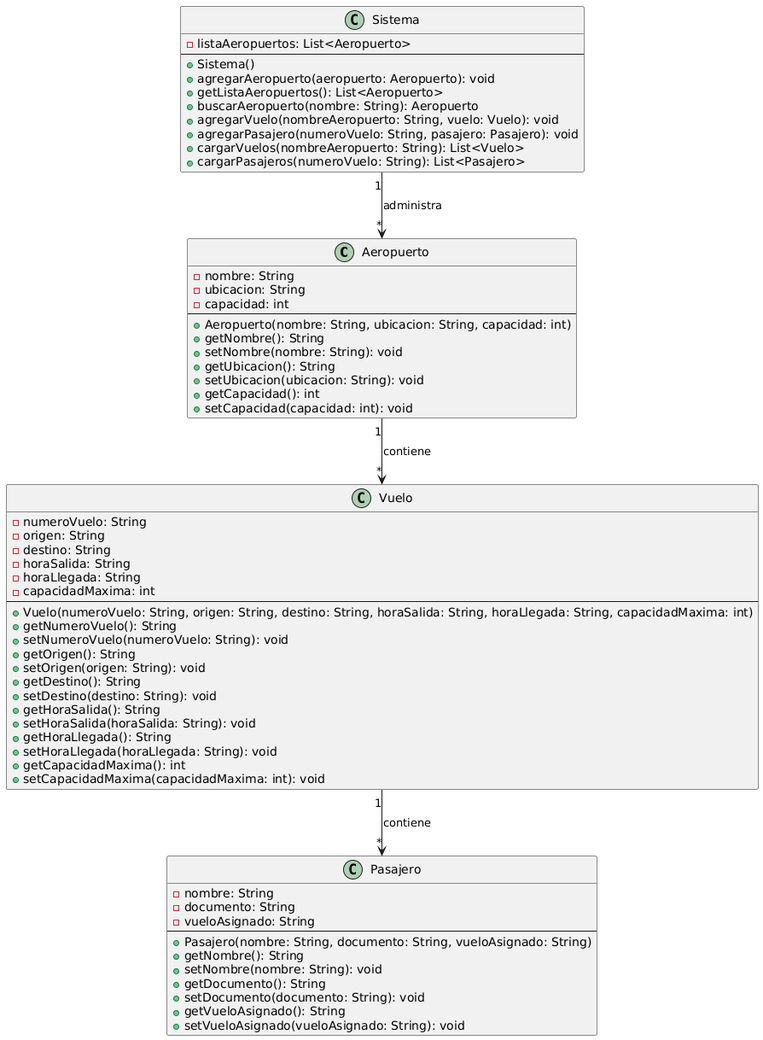
Above: UmlDiagram.png in Juan1mera/Proyecto-Semetre-3-Java (PlantUML), before the change.
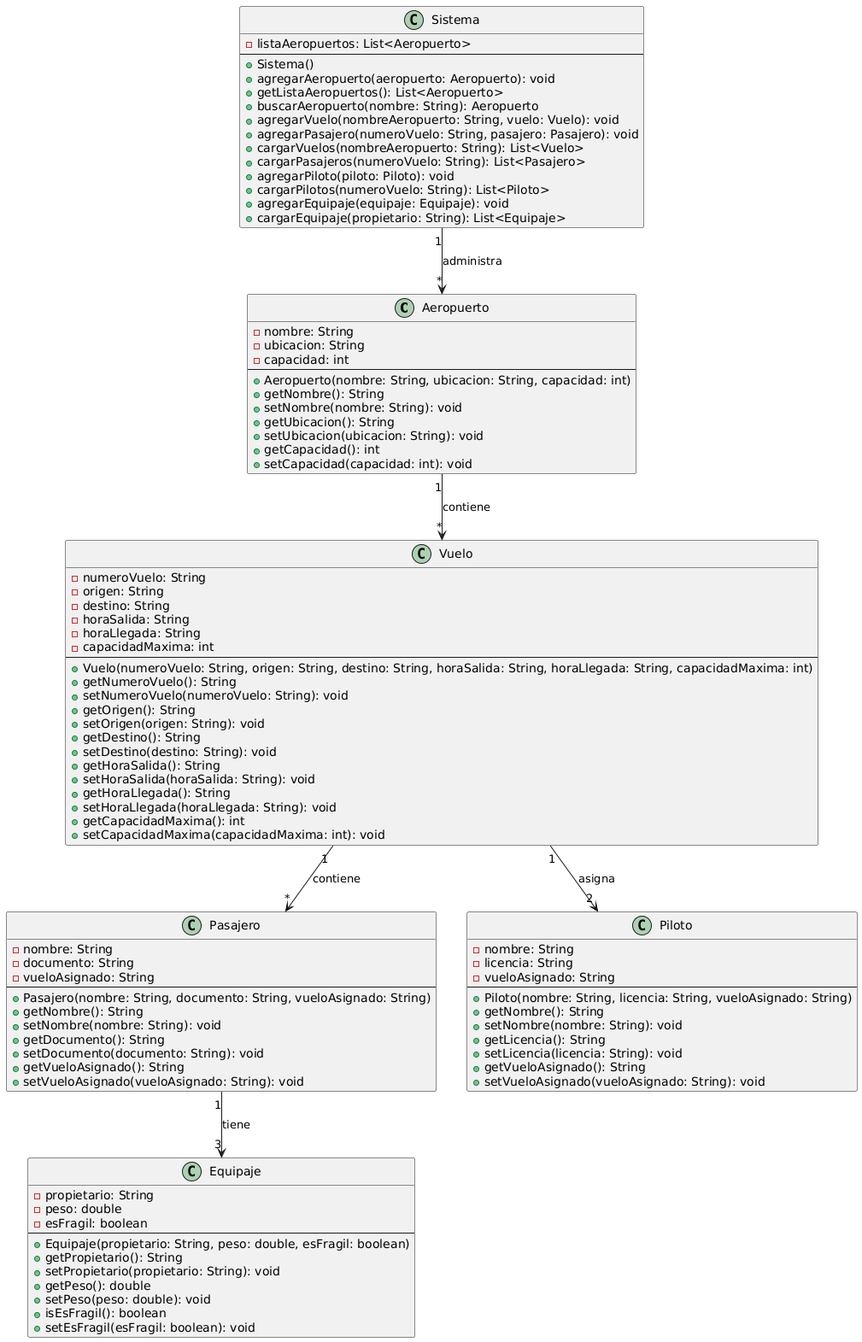
The same file after the commit.

Commit message:
fix: Nuevo diagrama UML

The edit, as a diff of the source:
```diff
@@ -61,9 +61,43 @@
     + agregarPasajero(numeroVuelo: String, pasajero: Pasajero): void
     + cargarVuelos(nombreAeropuerto: String): List<Vuelo>
     + cargarPasajeros(numeroVuelo: String): List<Pasajero>
+    + agregarPiloto(piloto: Piloto): void
+    + cargarPilotos(numeroVuelo: String): List<Piloto>
+    + agregarEquipaje(equipaje: Equipaje): void
+    + cargarEquipaje(propietario: String): List<Equipaje>
+}
+
+class Piloto {
+    - nombre: String
+    - licencia: String
+    - vueloAsignado: String
+    --
+    + Piloto(nombre: String, licencia: String, vueloAsignado: String)
+    + getNombre(): String
+    + setNombre(nombre: String): void
+    + getLicencia(): String
+    + setLicencia(licencia: String): void
+    + getVueloAsignado(): String
+    + setVueloAsignado(vueloAsignado: String): void
+}
+
+class Equipaje {
+    - propietario: String
+    - peso: double
+    - esFragil: boolean
+    --
+    + Equipaje(propietario: String, peso: double, esFragil: boolean)
+    + getPropietario(): String
+    + setPropietario(propietario: String): void
+    + getPeso(): double
+    + setPeso(peso: double): void
+    + isEsFragil(): boolean
+    + setEsFragil(esFragil: boolean): void
 }
 
 Aeropuerto "1" --> "*" Vuelo : contiene
 Vuelo "1" --> "*" Pasajero : contiene
 Sistema "1" --> "*" Aeropuerto : administra
+Vuelo "1" --> "2" Piloto : asigna
+Pasajero "1" --> "3" Equipaje : tiene
 @enduml
```
